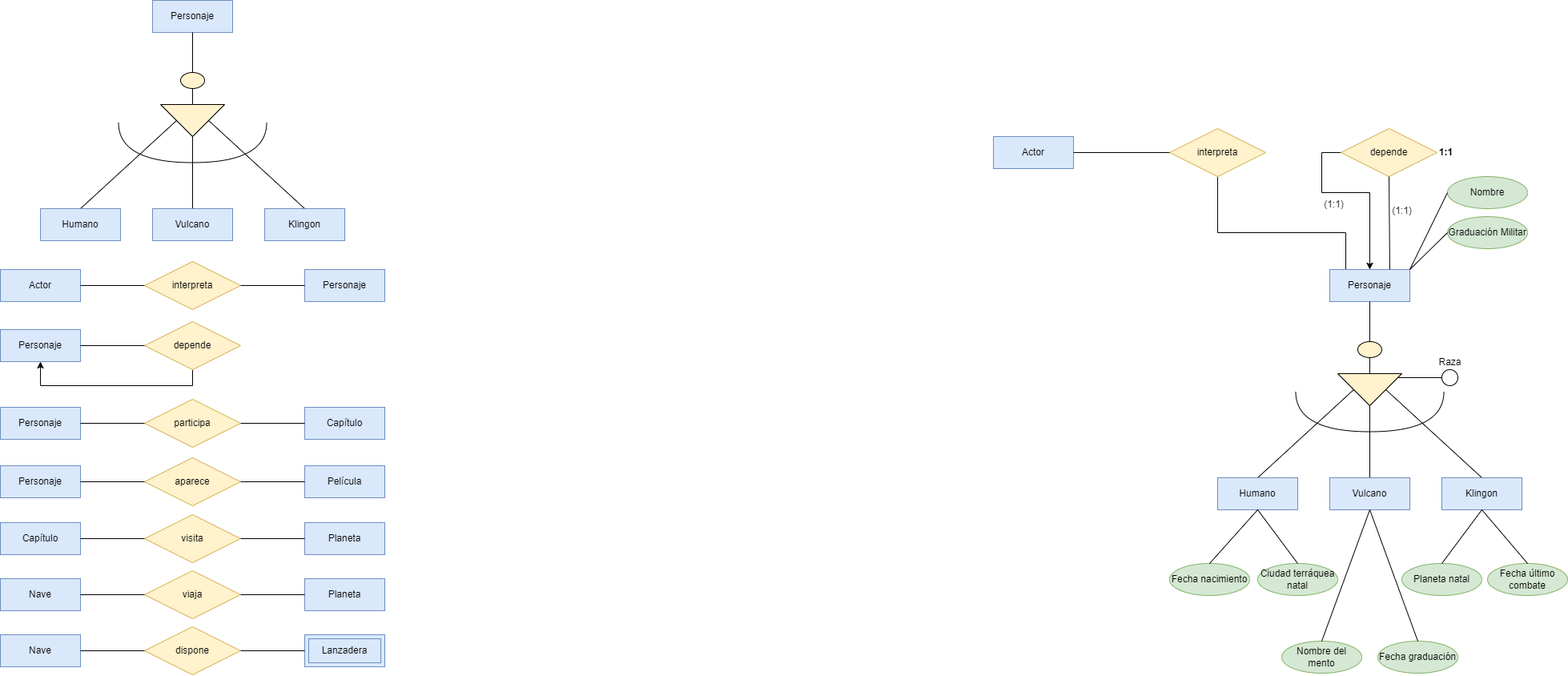
Earlier version of the draw.io export Unidad-1/Tareas/Tarea_Entregable-3/Diagrama Tarea Entregable 3.drawio.png (RafaelMayor/base-datos). Source tidied: cells renumbered, new cells last; positions are measured from the earlier drawing's top-left corner, leaving out a move shared by most shapes.
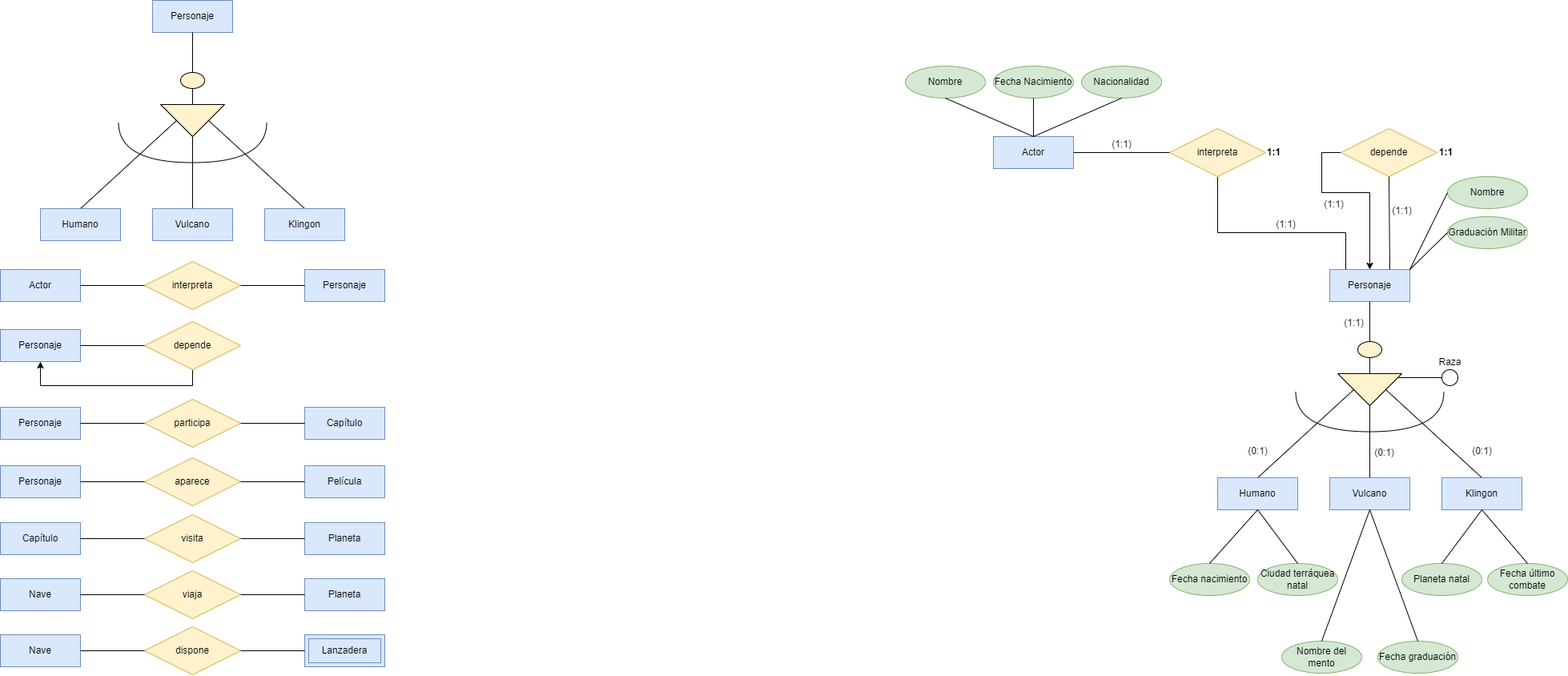
After the commit.

What changed in the source:
```diff
@@ -279,5 +279,44 @@
     <mxCell id="88" style="endArrow=none;html=1;rounded=0;entryX=1;entryY=0.5;entryDx=0;entryDy=0;exitX=0;exitY=0.5;exitDx=0;exitDy=0;" parent="1" edge="1" source="86" target="87">
       <mxGeometry relative="1" as="geometry" />
     </mxCell>
+    <mxCell id="89" value="Nacionalidad" style="ellipse;whiteSpace=wrap;html=1;align=center;fillColor=#d5e8d4;strokeColor=#82b366;" parent="1" vertex="1">
+      <mxGeometry x="1350" y="82" width="100" height="40" as="geometry" />
+    </mxCell>
+    <mxCell id="90" value="Fecha Nacimiento" style="ellipse;whiteSpace=wrap;html=1;align=center;fillColor=#d5e8d4;strokeColor=#82b366;" parent="1" vertex="1">
+      <mxGeometry x="1240" y="82" width="100" height="40" as="geometry" />
+    </mxCell>
+    <mxCell id="91" value="Nombre" style="ellipse;whiteSpace=wrap;html=1;align=center;fillColor=#d5e8d4;strokeColor=#82b366;" parent="1" vertex="1">
+      <mxGeometry x="1130" y="82" width="100" height="40" as="geometry" />
+    </mxCell>
+    <mxCell id="92" style="endArrow=none;html=1;rounded=0;entryX=0.5;entryY=1;entryDx=0;entryDy=0;exitX=0.5;exitY=0;exitDx=0;exitDy=0;" parent="1" edge="1" source="87" target="91">
+      <mxGeometry relative="1" as="geometry" />
+    </mxCell>
+    <mxCell id="93" style="endArrow=none;html=1;rounded=0;entryX=0.5;entryY=1;entryDx=0;entryDy=0;exitX=0.5;exitY=0;exitDx=0;exitDy=0;" parent="1" edge="1" source="87" target="90">
+      <mxGeometry relative="1" as="geometry" />
+    </mxCell>
+    <mxCell id="94" style="endArrow=none;html=1;rounded=0;entryX=0.5;entryY=0;entryDx=0;entryDy=0;exitX=0.5;exitY=1;exitDx=0;exitDy=0;" parent="1" edge="1" source="89" target="87">
+      <mxGeometry relative="1" as="geometry" />
+    </mxCell>
+    <mxCell id="95" value="(1:1)" style="text;html=1;align=center;verticalAlign=middle;strokeColor=none;fillColor=none;" parent="1" vertex="1">
+      <mxGeometry x="1375" y="164.5" width="50" height="30" as="geometry" />
+    </mxCell>
+    <mxCell id="96" value="(1:1)" style="text;html=1;align=center;verticalAlign=middle;strokeColor=none;fillColor=none;" parent="1" vertex="1">
+      <mxGeometry x="1580" y="265" width="50" height="30" as="geometry" />
+    </mxCell>
+    <mxCell id="97" value="&lt;b&gt;1:1&lt;/b&gt;" style="text;html=1;align=center;verticalAlign=middle;strokeColor=none;fillColor=none;" parent="1" vertex="1">
+      <mxGeometry x="1570" y="175" width="40" height="30" as="geometry" />
+    </mxCell>
+    <mxCell id="98" value="(0:1)" style="text;html=1;align=center;verticalAlign=middle;strokeColor=none;fillColor=none;" parent="1" vertex="1">
+      <mxGeometry x="1545" y="548" width="50" height="30" as="geometry" />
+    </mxCell>
+    <mxCell id="99" value="(0:1)" style="text;html=1;align=center;verticalAlign=middle;strokeColor=none;fillColor=none;" parent="1" vertex="1">
+      <mxGeometry x="1825" y="548" width="50" height="30" as="geometry" />
+    </mxCell>
+    <mxCell id="100" value="(0:1)" style="text;html=1;align=center;verticalAlign=middle;strokeColor=none;fillColor=none;" parent="1" vertex="1">
+      <mxGeometry x="1703" y="550" width="50" height="30" as="geometry" />
+    </mxCell>
+    <mxCell id="101" value="(1:1)" style="text;html=1;align=center;verticalAlign=middle;strokeColor=none;fillColor=none;" parent="1" vertex="1">
+      <mxGeometry x="1665" y="388" width="50" height="30" as="geometry" />
+    </mxCell>
   </root>
 </mxGraphModel>
```
